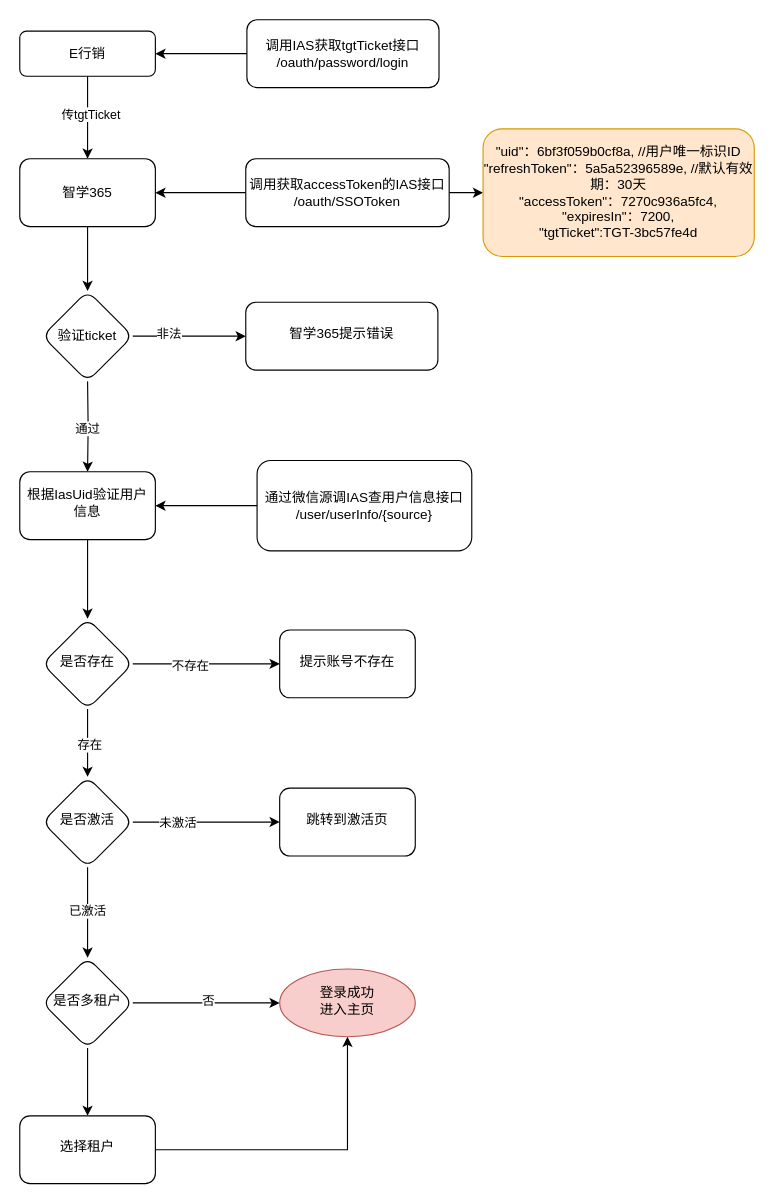
Earlier version of the draw.io diagram e行销调用365流程.drawio (rainerpiao/cloud-computing). Source tidied: cells renumbered, new cells numbered last; positions are measured from the earlier drawing's top-left corner, leaving out a move shared by most shapes. Both pictures are drawn from the tidied source at 113%, with x=0, y=0 at pixel (19, 19).
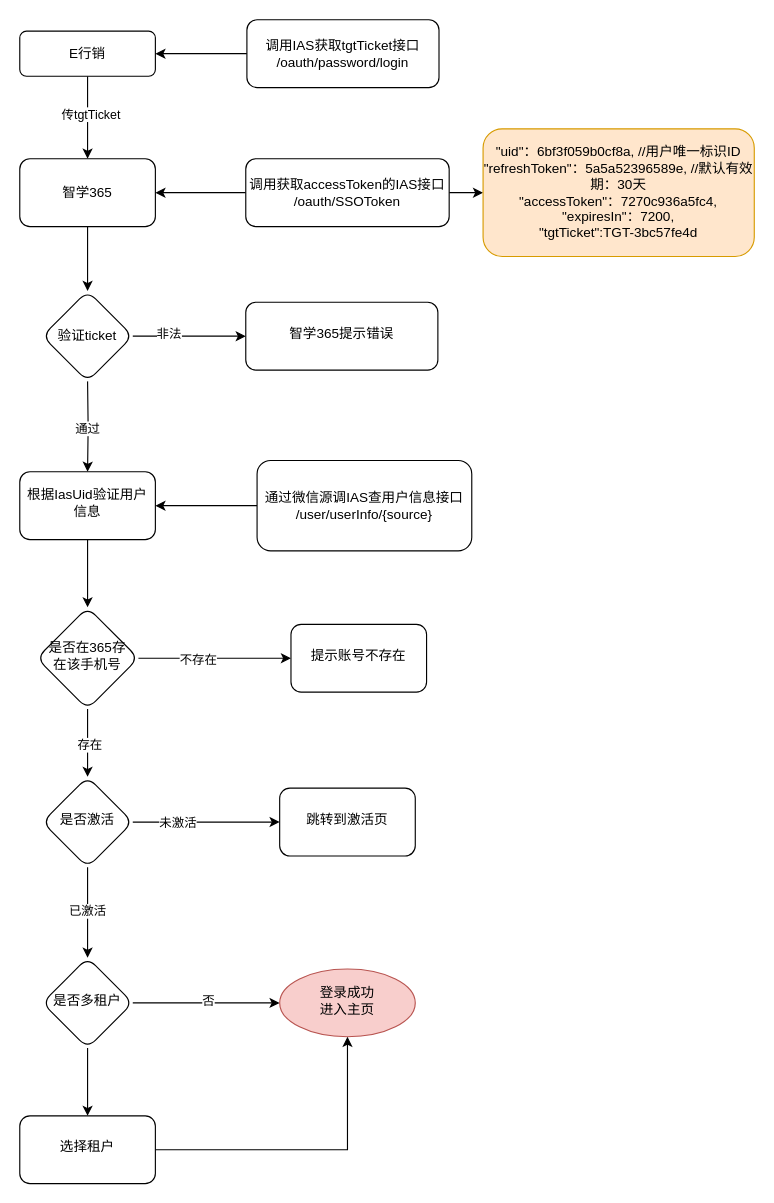
The same page after the edit.

Commit message:
更新e行销调用365流程.drawio

What changed in the source:
```diff
@@
-    <mxCell id="26" value="是否存在" style="rhombus;whiteSpace=wrap;html=1;rounded=1;shadow=0;strokeWidth=1;spacing=6;spacingTop=-4;" parent="1" vertex="1">
-      <mxGeometry x="20" y="530" width="80" height="80" as="geometry" />
+    <mxCell id="26" value="是否在365存在该手机号" style="rhombus;whiteSpace=wrap;html=1;rounded=1;shadow=0;strokeWidth=1;spacing=6;spacingTop=-4;" parent="1" vertex="1">
+      <mxGeometry x="15" y="520" width="90" height="90" as="geometry" />
     </mxCell>
     <mxCell id="27" value="提示账号不存在" style="whiteSpace=wrap;html=1;rounded=1;shadow=0;strokeWidth=1;spacing=6;spacingTop=-4;" parent="1" vertex="1">
-      <mxGeometry x="230" y="540" width="120" height="60" as="geometry" />
+      <mxGeometry x="240" y="535" width="120" height="60" as="geometry" />
     </mxCell>
```
